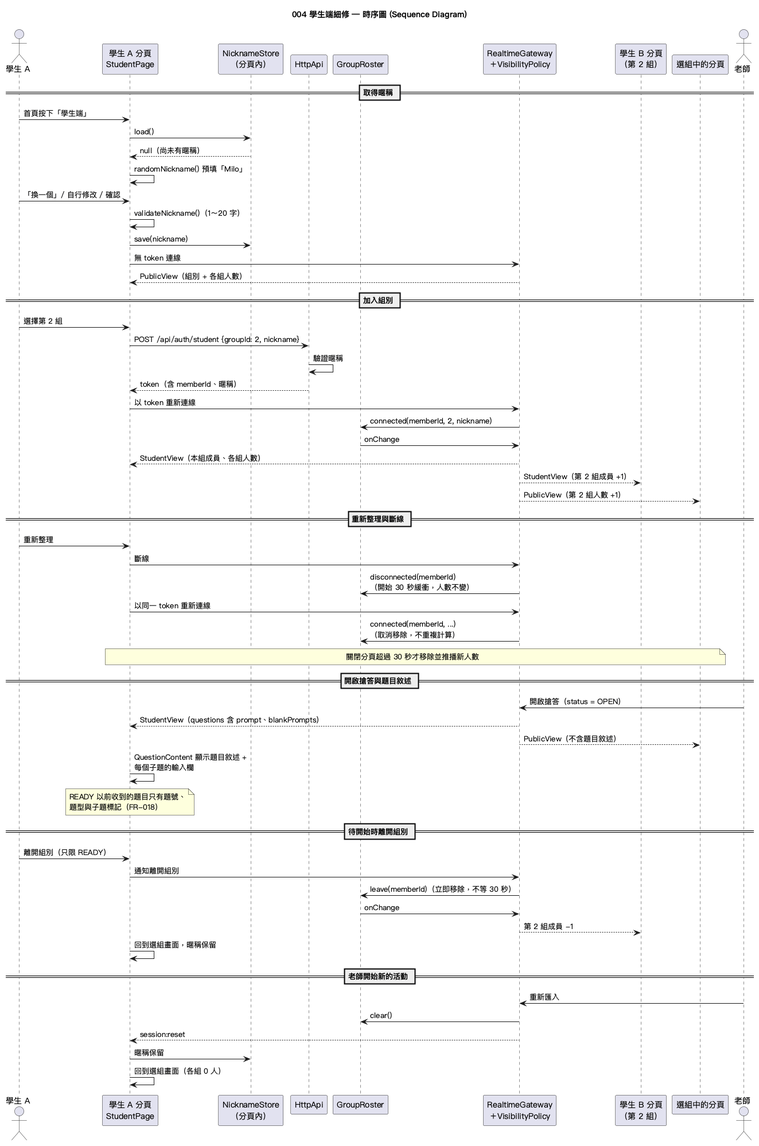
Earlier version of the PlantUML export diagrams/004-student-side-refinements-sequence.png (kevin20694569/classroom_response_system).
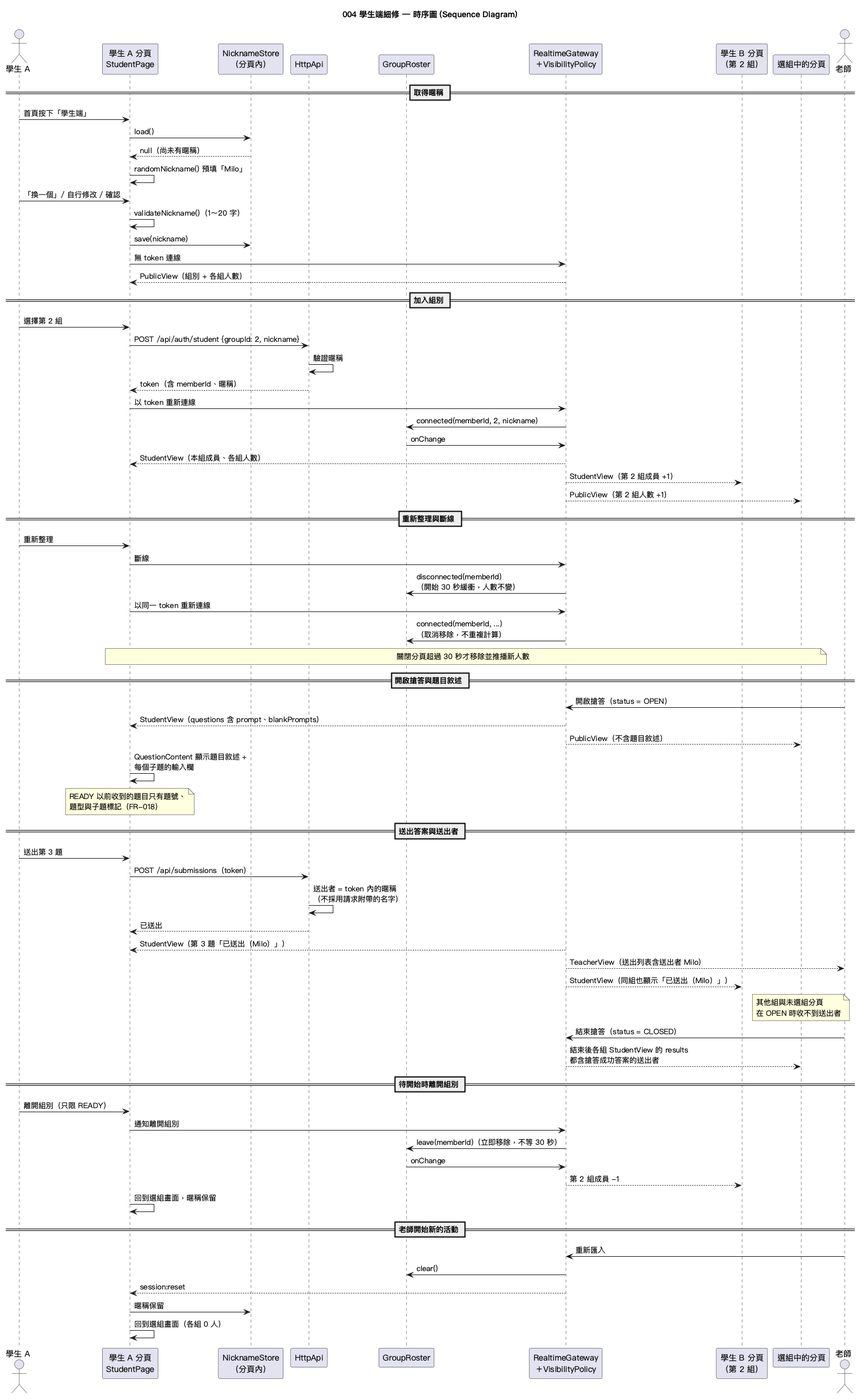
After the commit.

What changed in the source:
```diff
@@ -50,6 +50,18 @@
 PageA -> PageA : QuestionContent 顯示題目敘述 +\n每個子題的輸入欄
 note over PageA : READY 以前收到的題目只有題號、\n題型與子題標記（FR-018）
 
+== 送出答案與送出者 ==
+A -> PageA : 送出第 3 題
+PageA -> Http : POST /api/submissions（token）
+Http -> Http : 送出者 = token 內的暱稱\n（不採用請求附帶的名字）
+Http --> PageA : 已送出
+RT --> PageA : StudentView（第 3 題「已送出（Milo）」）
+RT --> T : TeacherView（送出列表含送出者 Milo）
+RT --> PageB : StudentView（同組也顯示「已送出（Milo）」）
+note over PageC : 其他組與未選組分頁\n在 OPEN 時收不到送出者
+T -> RT : 結束搶答（status = CLOSED）
+RT --> PageC : 結束後各組 StudentView 的 results\n都含搶答成功答案的送出者
+
 == 待開始時離開組別 ==
 A -> PageA : 離開組別（只限 READY）
 PageA -> RT : 通知離開組別
```
